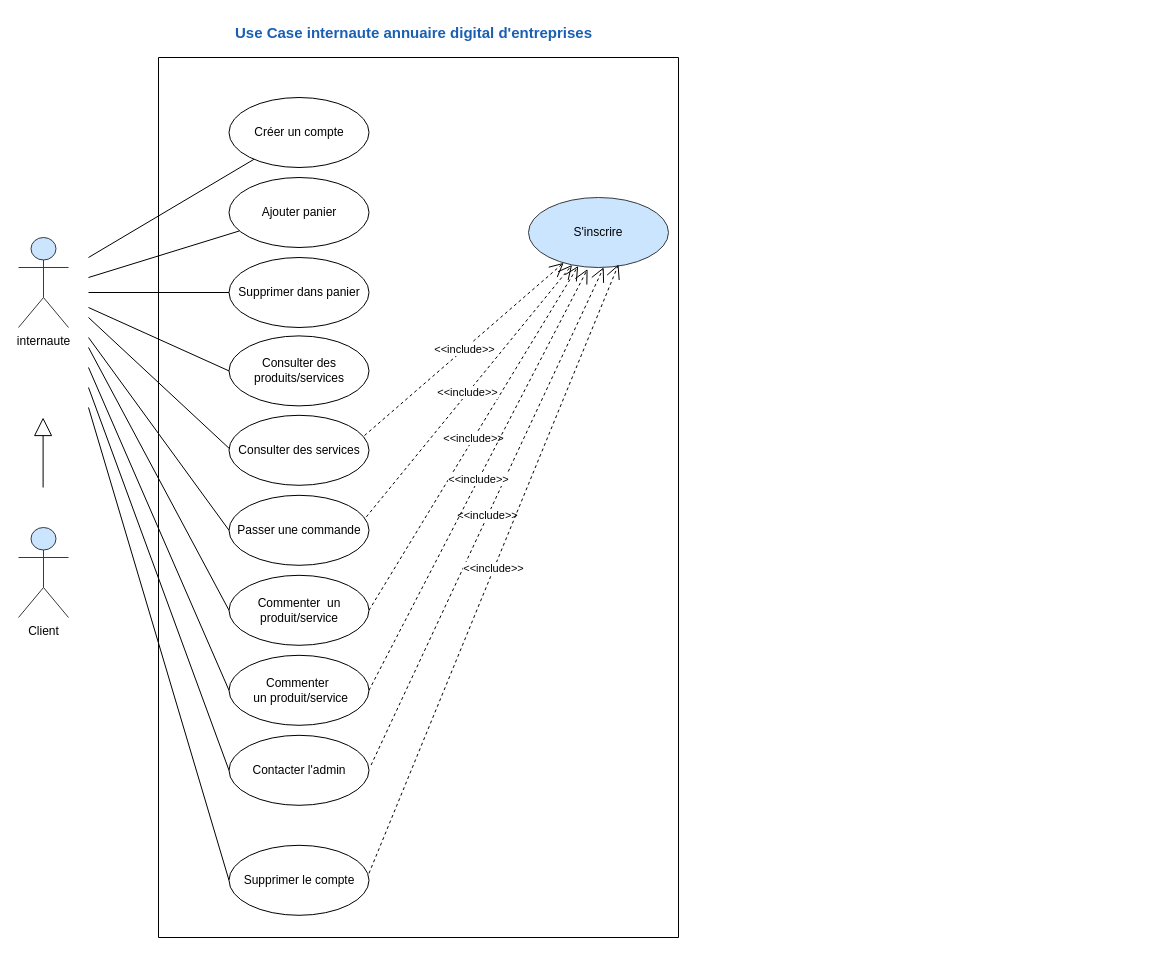
amine-elarass49/angular_doc keeps this draw.io diagram as 1. UseCase_internaute.drawio. Above is the earlier version. Source tidied: cells renumbered, new cells numbered last; positions are measured from the earlier drawing's top-left corner, leaving out a move shared by most shapes. Both pictures are drawn from the tidied source at 100%, with x=0, y=0 at pixel (18, 17).
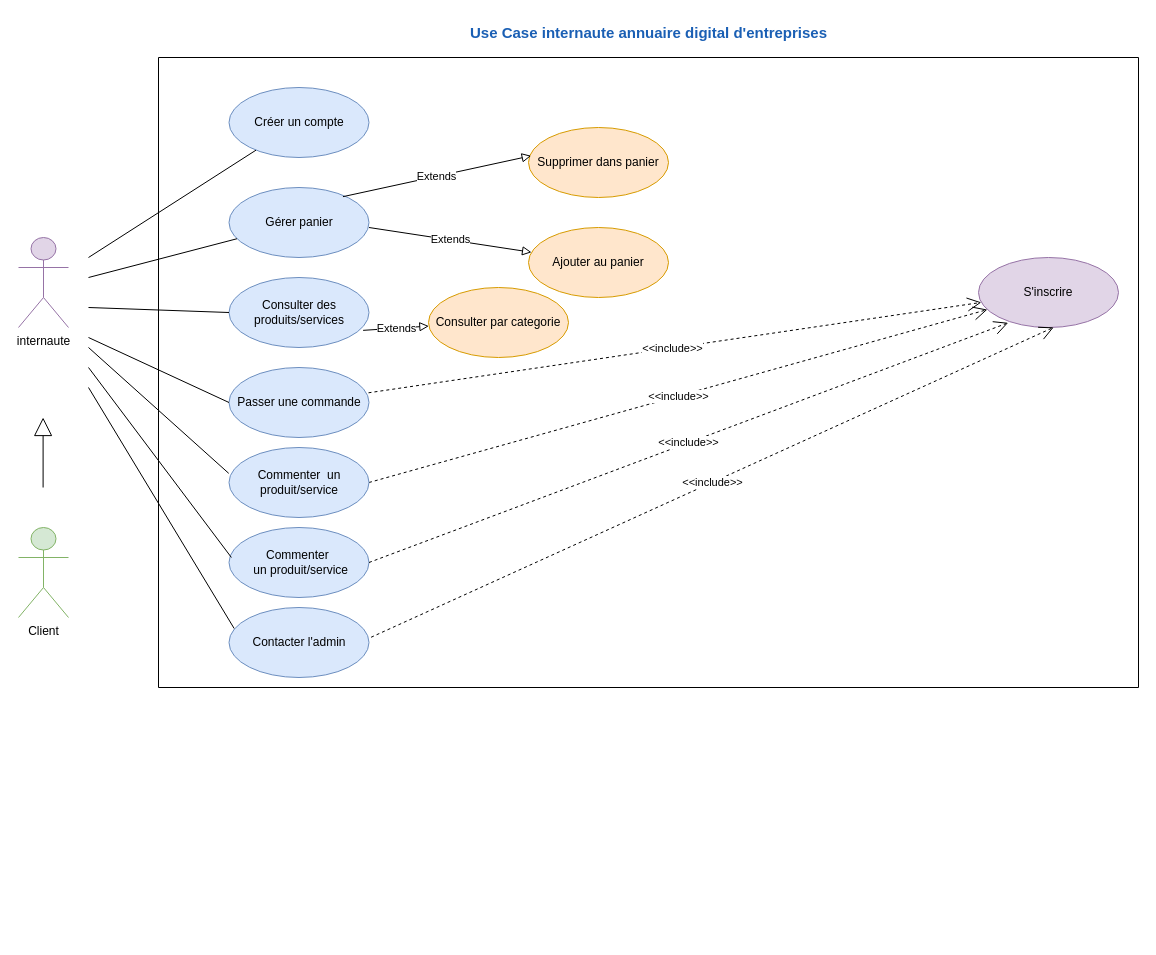
Above is the later version.

The edit, as a diff of the source:
```diff
@@
-    <mxCell id="2" value="internaute" style="shape=umlActor;verticalLabelPosition=bottom;verticalAlign=top;html=1;fillColor=#cce5ff;strokeColor=#36393d;" parent="1" vertex="1">
+    <mxCell id="2" value="internaute" style="shape=umlActor;verticalLabelPosition=bottom;verticalAlign=top;html=1;fillColor=#e1d5e7;strokeColor=#9673a6;" parent="1" vertex="1">
       <mxGeometry y="220" width="50" height="90" as="geometry" />
     </mxCell>
     <mxCell id="3" style="swimlane;startSize=0;" parent="1" vertex="1">
-      <mxGeometry x="140" y="40" width="520" height="880" as="geometry" />
+      <mxGeometry x="140" y="40" width="980" height="630" as="geometry" />
     </mxCell>
-    <mxCell id="4" value="S'inscrire" style="ellipse;whiteSpace=wrap;html=1;fillColor=#cce5ff;strokeColor=#36393d;" parent="3" vertex="1">
-      <mxGeometry x="370" y="140" width="140" height="70" as="geometry" />
+    <mxCell id="4" value="S'inscrire" style="ellipse;whiteSpace=wrap;html=1;fillColor=#e1d5e7;strokeColor=#9673a6;" parent="3" vertex="1">
+      <mxGeometry x="820" y="200" width="140" height="70" as="geometry" />
     </mxCell>
@@
-    <mxCell id="7" value="&amp;lt;&amp;lt;include&amp;gt;&amp;gt;" style="endArrow=open;endSize=12;dashed=1;html=1;rounded=0;exitX=0.968;exitY=0.289;exitDx=0;exitDy=0;exitPerimeter=0;" parent="3" edge="1" source="12" target="4">
-      <mxGeometry relative="1" as="geometry" />
-    </mxCell>
-    <mxCell id="8" value="Ajouter panier" style="ellipse;whiteSpace=wrap;html=1;" parent="3" vertex="1">
-      <mxGeometry x="70.5" y="120" width="140" height="70" as="geometry" />
+    <mxCell id="8" value="&lt;div&gt;Gérer panier&lt;/div&gt;" style="ellipse;whiteSpace=wrap;html=1;fillColor=#dae8fc;strokeColor=#6c8ebf;" parent="3" vertex="1">
+      <mxGeometry x="70.5" y="130" width="140" height="70" as="geometry" />
     </mxCell>
-    <mxCell id="9" value="Supprimer dans panier" style="ellipse;whiteSpace=wrap;html=1;" parent="3" vertex="1">
-      <mxGeometry x="70.5" y="200" width="140" height="70" as="geometry" />
+    <mxCell id="9" value="Supprimer dans panier" style="ellipse;whiteSpace=wrap;html=1;fillColor=#ffe6cc;strokeColor=#d79b00;" parent="3" vertex="1">
+      <mxGeometry x="370" y="70" width="140" height="70" as="geometry" />
     </mxCell>
-    <mxCell id="10" value="Créer un compte" style="ellipse;whiteSpace=wrap;html=1;" parent="3" vertex="1">
-      <mxGeometry x="70.5" y="40" width="140" height="70" as="geometry" />
+    <mxCell id="10" value="Créer un compte" style="ellipse;whiteSpace=wrap;html=1;fillColor=#dae8fc;strokeColor=#6c8ebf;" parent="3" vertex="1">
+      <mxGeometry x="70.5" y="30" width="140" height="70" as="geometry" />
     </mxCell>
-    <mxCell id="11" value="Consulter des produits/services" style="ellipse;whiteSpace=wrap;html=1;" parent="3" vertex="1">
-      <mxGeometry x="70.5" y="278.4" width="140" height="70" as="geometry" />
+    <mxCell id="11" value="Consulter des produits/services" style="ellipse;whiteSpace=wrap;html=1;fillColor=#dae8fc;strokeColor=#6c8ebf;" parent="3" vertex="1">
+      <mxGeometry x="70.5" y="220" width="140" height="70" as="geometry" />
     </mxCell>
-    <mxCell id="12" value="Consulter des services" style="ellipse;whiteSpace=wrap;html=1;" parent="3" vertex="1">
-      <mxGeometry x="70.5" y="357.8" width="140" height="70" as="geometry" />
-    </mxCell>
-    <mxCell id="13" value="Passer une commande" style="ellipse;whiteSpace=wrap;html=1;" parent="3" vertex="1">
-      <mxGeometry x="70.5" y="437.8" width="140" height="70" as="geometry" />
+    <mxCell id="13" value="Passer une commande" style="ellipse;whiteSpace=wrap;html=1;fillColor=#dae8fc;strokeColor=#6c8ebf;" parent="3" vertex="1">
+      <mxGeometry x="70.5" y="310" width="140" height="70" as="geometry" />
     </mxCell>
-    <mxCell id="14" value="Commenter&amp;nbsp; un produit/service" style="ellipse;whiteSpace=wrap;html=1;" parent="3" vertex="1">
-      <mxGeometry x="70.5" y="517.8" width="140" height="70" as="geometry" />
+    <mxCell id="14" value="Commenter&amp;nbsp; un produit/service" style="ellipse;whiteSpace=wrap;html=1;fillColor=#dae8fc;strokeColor=#6c8ebf;" parent="3" vertex="1">
+      <mxGeometry x="70.5" y="390" width="140" height="70" as="geometry" />
     </mxCell>
-    <mxCell id="15" value="&lt;div&gt;Commenter&amp;nbsp;&lt;/div&gt;&lt;div&gt;&amp;nbsp;un produit/service&lt;/div&gt;" style="ellipse;whiteSpace=wrap;html=1;" parent="3" vertex="1">
-      <mxGeometry x="70.5" y="597.8" width="140" height="70" as="geometry" />
+    <mxCell id="15" value="&lt;div&gt;Commenter&amp;nbsp;&lt;/div&gt;&lt;div&gt;&amp;nbsp;un produit/service&lt;/div&gt;" style="ellipse;whiteSpace=wrap;html=1;fillColor=#dae8fc;strokeColor=#6c8ebf;" parent="3" vertex="1">
+      <mxGeometry x="70.5" y="470" width="140" height="70" as="geometry" />
     </mxCell>
-    <mxCell id="16" value="Contacter l'admin" style="ellipse;whiteSpace=wrap;html=1;" parent="3" vertex="1">
-      <mxGeometry x="70.5" y="677.8" width="140" height="70" as="geometry" />
+    <mxCell id="16" value="Contacter l'admin" style="ellipse;whiteSpace=wrap;html=1;fillColor=#dae8fc;strokeColor=#6c8ebf;" parent="3" vertex="1">
+      <mxGeometry x="70.5" y="550" width="140" height="70" as="geometry" />
     </mxCell>
-    <mxCell id="17" style="endArrow=none;html=1;rounded=0;entryX=0;entryY=0.5;entryDx=0;entryDy=0;" parent="3" edge="1">
+    <mxCell id="17" style="endArrow=none;html=1;rounded=0;entryX=0.017;entryY=0.428;entryDx=0;entryDy=0;entryPerimeter=0;" parent="3" edge="1" target="15">
       <mxGeometry relative="1" as="geometry">
         <mxPoint x="-70" y="310" as="sourcePoint" />
-        <mxPoint x="70.5" y="632.8" as="targetPoint" />
       </mxGeometry>
     </mxCell>
-    <mxCell id="18" style="endArrow=none;html=1;rounded=0;entryX=0;entryY=0.5;entryDx=0;entryDy=0;" parent="3" edge="1">
+    <mxCell id="18" style="endArrow=none;html=1;rounded=0;entryX=0.037;entryY=0.3;entryDx=0;entryDy=0;entryPerimeter=0;" parent="3" edge="1" target="16">
       <mxGeometry relative="1" as="geometry">
         <mxPoint x="-70" y="330" as="sourcePoint" />
-        <mxPoint x="70.5" y="712.8" as="targetPoint" />
       </mxGeometry>
     </mxCell>
-    <mxCell id="19" style="endArrow=none;html=1;rounded=0;entryX=0;entryY=0.5;entryDx=0;entryDy=0;" parent="3" edge="1">
+    <mxCell id="19" style="endArrow=none;html=1;rounded=0;entryX=0;entryY=0.5;entryDx=0;entryDy=0;" parent="3" edge="1" target="13">
       <mxGeometry relative="1" as="geometry">
         <mxPoint x="-70" y="280" as="sourcePoint" />
-        <mxPoint x="70.5" y="472.8" as="targetPoint" />
       </mxGeometry>
     </mxCell>
-    <mxCell id="20" style="endArrow=none;html=1;rounded=0;entryX=0;entryY=0.5;entryDx=0;entryDy=0;" parent="3" edge="1">
+    <mxCell id="20" style="endArrow=none;html=1;rounded=0;entryX=-0.002;entryY=0.369;entryDx=0;entryDy=0;entryPerimeter=0;" parent="3" edge="1" target="14">
       <mxGeometry relative="1" as="geometry">
         <mxPoint x="-70" y="290" as="sourcePoint" />
-        <mxPoint x="70.5" y="552.8" as="targetPoint" />
       </mxGeometry>
     </mxCell>
-    <mxCell id="21" style="endArrow=none;html=1;rounded=0;" parent="3" edge="1">
-      <mxGeometry relative="1" as="geometry">
-        <mxPoint x="-70" y="260" as="sourcePoint" />
-        <mxPoint x="70.7" y="390.9" as="targetPoint" />
-      </mxGeometry>
-    </mxCell>
@@
-    <mxCell id="25" value="&amp;lt;&amp;lt;include&amp;gt;&amp;gt;" style="endArrow=open;endSize=12;dashed=1;html=1;rounded=0;exitX=1;exitY=0.5;exitDx=0;exitDy=0;entryX=0.422;entryY=1.022;entryDx=0;entryDy=0;entryPerimeter=0;" parent="3" edge="1" source="15" target="4">
+    <mxCell id="25" value="&amp;lt;&amp;lt;include&amp;gt;&amp;gt;" style="endArrow=open;endSize=12;dashed=1;html=1;rounded=0;exitX=1;exitY=0.5;exitDx=0;exitDy=0;entryX=0.212;entryY=0.933;entryDx=0;entryDy=0;entryPerimeter=0;" parent="3" edge="1" source="15" target="4">
       <mxGeometry relative="1" as="geometry" />
     </mxCell>
+    <mxCell id="34" value="Ajouter au panier" style="ellipse;whiteSpace=wrap;html=1;fillColor=#ffe6cc;strokeColor=#d79b00;" parent="3" vertex="1">
+      <mxGeometry x="370" y="170" width="140" height="70" as="geometry" />
+    </mxCell>
+    <mxCell id="35" value="Extends" style="endArrow=block;endSize=7;endFill=0;html=1;rounded=0;exitX=0.924;exitY=0.843;exitDx=0;exitDy=0;exitPerimeter=0;" parent="3" edge="1" target="34">
+      <mxGeometry relative="1" as="geometry">
+        <mxPoint x="210.5" y="170" as="sourcePoint" />
+      </mxGeometry>
+    </mxCell>
+    <mxCell id="36" value="Extends" style="endArrow=block;endSize=7;endFill=0;html=1;rounded=0;exitX=0.814;exitY=0.131;exitDx=0;exitDy=0;exitPerimeter=0;entryX=0.019;entryY=0.404;entryDx=0;entryDy=0;entryPerimeter=0;" parent="3" edge="1" source="8" target="9">
+      <mxGeometry relative="1" as="geometry" />
+    </mxCell>
+    <mxCell id="37" value="Consulter par categorie" style="ellipse;whiteSpace=wrap;html=1;fillColor=#ffe6cc;strokeColor=#d79b00;" parent="3" vertex="1">
+      <mxGeometry x="270" y="230" width="140" height="70" as="geometry" />
+    </mxCell>
+    <mxCell id="38" value="Extends" style="endArrow=block;endSize=7;endFill=0;html=1;rounded=0;exitX=0.958;exitY=0.755;exitDx=0;exitDy=0;exitPerimeter=0;" parent="3" edge="1" source="11" target="37">
+      <mxGeometry relative="1" as="geometry" />
+    </mxCell>
     <mxCell id="26" value="&lt;b&gt;&lt;font style=&quot;font-size: 15px;&quot; color=&quot;#1a5fb4&quot;&gt;Use Case internaute annuaire digital d'entreprises&lt;/font&gt;&lt;/b&gt;" style="text;html=1;align=center;verticalAlign=middle;strokeColor=none;fillColor=none;" parent="1" vertex="1">
-      <mxGeometry x="205" width="380" height="30" as="geometry" />
+      <mxGeometry x="440" width="380" height="30" as="geometry" />
     </mxCell>
@@
-    <mxCell id="28" style="endArrow=none;html=1;rounded=0;entryX=0;entryY=0.5;entryDx=0;entryDy=0;" parent="1" edge="1" target="29">
-      <mxGeometry relative="1" as="geometry">
-        <mxPoint x="70" y="390" as="sourcePoint" />
-      </mxGeometry>
-    </mxCell>
-    <mxCell id="29" value="Supprimer le compte" style="ellipse;whiteSpace=wrap;html=1;" parent="1" vertex="1">
-      <mxGeometry x="210.5" y="827.8" width="140" height="70" as="geometry" />
-    </mxCell>
-    <mxCell id="30" value="&amp;lt;&amp;lt;include&amp;gt;&amp;gt;" style="endArrow=open;endSize=12;dashed=1;html=1;rounded=0;exitX=1;exitY=0.4;exitDx=0;exitDy=0;exitPerimeter=0;entryX=0.643;entryY=0.957;entryDx=0;entryDy=0;entryPerimeter=0;" parent="1" edge="1" source="29" target="4">
-      <mxGeometry relative="1" as="geometry" />
-    </mxCell>
@@
-    <mxCell id="32" style="endArrow=none;html=1;rounded=0;" parent="1" edge="1" target="9">
-      <mxGeometry relative="1" as="geometry">
-        <mxPoint x="70" y="275" as="sourcePoint" />
-      </mxGeometry>
-    </mxCell>
-    <mxCell id="33" value="Client" style="shape=umlActor;verticalLabelPosition=bottom;verticalAlign=top;html=1;fillColor=#cce5ff;strokeColor=#36393d;" parent="1" vertex="1">
+    <mxCell id="33" value="Client" style="shape=umlActor;verticalLabelPosition=bottom;verticalAlign=top;html=1;fillColor=#d5e8d4;strokeColor=#82b366;" parent="1" vertex="1">
       <mxGeometry y="510" width="50" height="90" as="geometry" />
     </mxCell>
```
